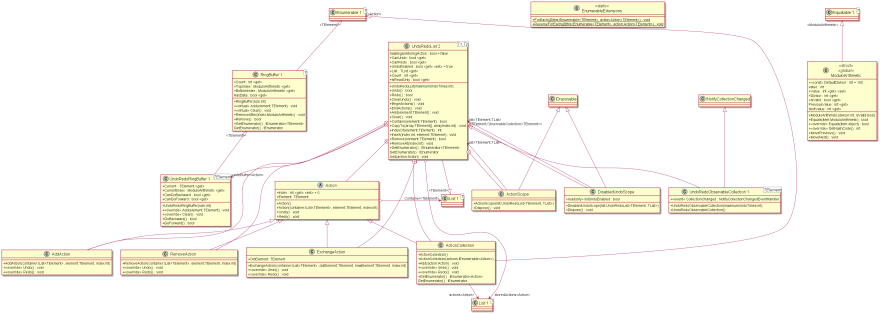
Fujiwo/Shos.UndoRedoList keeps this PlantUML diagram as Shos.UndoRedoList/Documents/ClassDiagrams/UndoRedoList.all.small.png. Above is the earlier version. Its source is kept beside it as Shos.UndoRedoList/Documents/ClassDiagrams/UndoRedoList.puml.
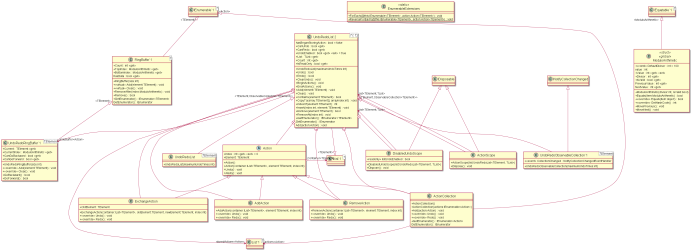
After the commit.

Commit message:
Add UndoRedoList class.

The edit, as a diff of the source:
```diff
@@ -96,4 +96,12 @@
 "UndoRedoList`2" +-- DisabledUndoScope
 IDisposable <|-- DisabledUndoScope
 DisabledUndoScope --> "list<TElement,TList>" "UndoRedoList`2"
+
+class "UndoRedoList"<TElement> {
+    + UndoRedoList(maximumUndoTimes:int)
+}
+class "UndoRedoList`2"<T1,T2> {
+}
+"UndoRedoList`2" "<TElement,ObservableCollection<TElement>>" <|-- "UndoRedoList"
+
 @enduml
```
